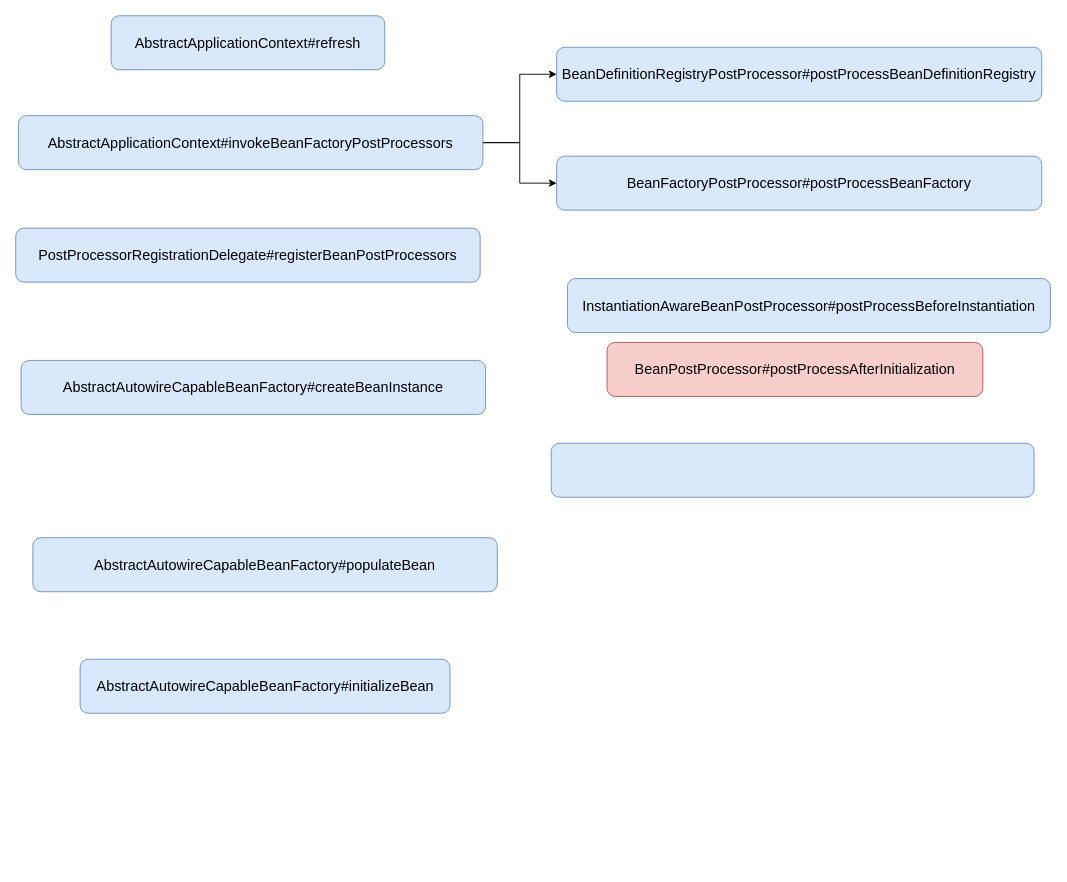
Before: Spring.drawio in xusheng08320/docs, a draw.io diagram. Source tidied: cells renumbered, new cells numbered last; positions are measured from the earlier drawing's top-left corner, leaving out a move shared by most shapes. Both pictures are drawn from the tidied source at 90%, with x=0, y=0 at pixel (15, 15).
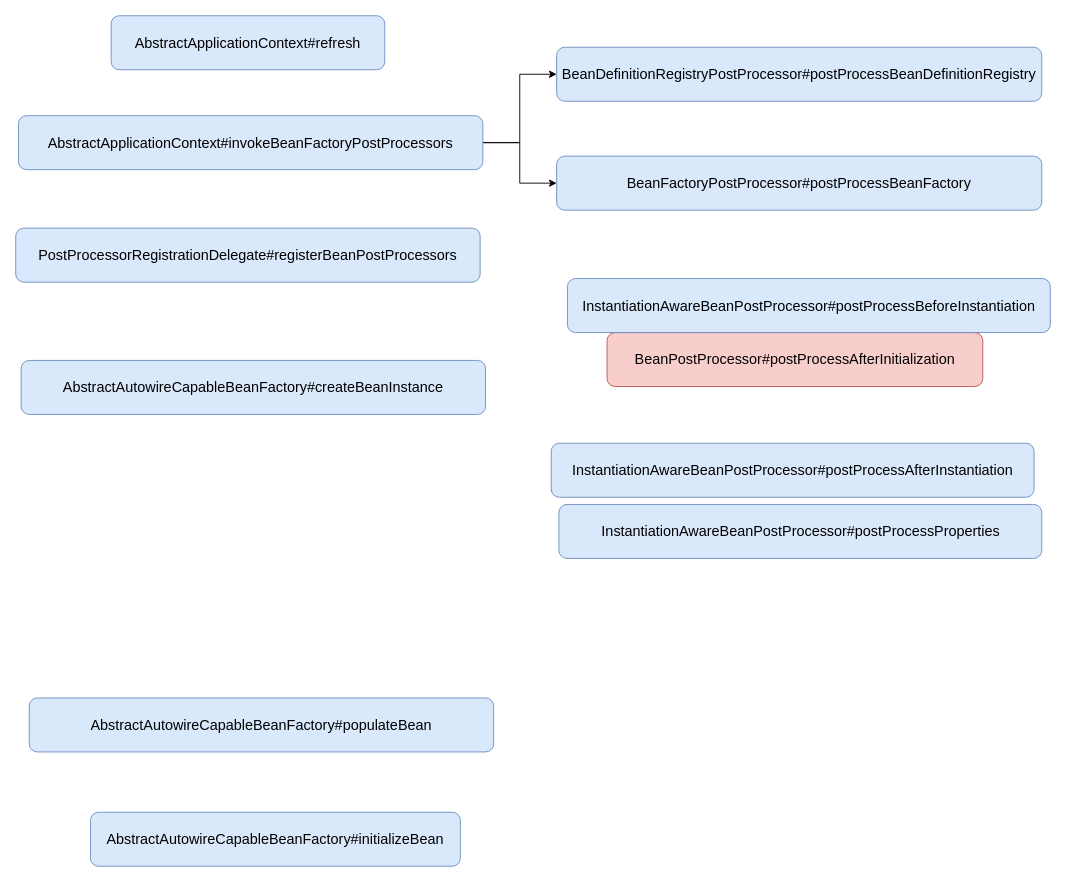
The same diagram, later.

Change to the diagram source:
```diff
@@
 <mxGraphModel>
   <root>
     <mxCell id="0" />
     <mxCell id="1" parent="0" />
     <mxCell id="2" value="AbstractApplicationContext#refresh" style="rounded=1;whiteSpace=wrap;html=1;fontFamily=Helvetica;fontSize=16;fontColor=default;strokeColor=#6c8ebf;fillColor=#dae8fc;" parent="1" vertex="1">
       <mxGeometry x="106" width="304" height="60" as="geometry" />
     </mxCell>
     <mxCell id="3" value="BeanDefinitionRegistryPostProcessor#postProcessBeanDefinitionRegistry" style="rounded=1;whiteSpace=wrap;html=1;fontFamily=Helvetica;fontSize=16;fontColor=default;strokeColor=#6c8ebf;fillColor=#dae8fc;" parent="1" vertex="1">
       <mxGeometry x="601" y="35" width="539" height="60" as="geometry" />
     </mxCell>
     <mxCell id="4" value="BeanFactoryPostProcessor#postProcessBeanFactory" style="rounded=1;whiteSpace=wrap;html=1;fontFamily=Helvetica;fontSize=16;fontColor=default;strokeColor=#6c8ebf;fillColor=#dae8fc;" parent="1" vertex="1">
       <mxGeometry x="601" y="156" width="539" height="60" as="geometry" />
     </mxCell>
     <mxCell id="5" style="edgeStyle=orthogonalEdgeStyle;rounded=0;jettySize=auto;html=1;entryX=0;entryY=0.5;entryDx=0;entryDy=0;fontFamily=Helvetica;fontSize=16;fontColor=default;" parent="1" edge="1" source="7" target="3">
       <mxGeometry relative="1" as="geometry" />
     </mxCell>
     <mxCell id="6" style="edgeStyle=orthogonalEdgeStyle;rounded=0;jettySize=auto;html=1;fontFamily=Helvetica;fontSize=16;fontColor=default;" parent="1" edge="1" source="7" target="4">
       <mxGeometry relative="1" as="geometry" />
     </mxCell>
     <mxCell id="7" value="AbstractApplicationContext#invokeBeanFactoryPostProcessors" style="rounded=1;whiteSpace=wrap;html=1;fontFamily=Helvetica;fontSize=16;fontColor=default;strokeColor=#6c8ebf;fillColor=#dae8fc;" parent="1" vertex="1">
       <mxGeometry x="3" y="111" width="516" height="60" as="geometry" />
     </mxCell>
     <mxCell id="8" value="PostProcessorRegistrationDelegate#registerBeanPostProcessors" style="rounded=1;whiteSpace=wrap;html=1;fontFamily=Helvetica;fontSize=16;fontColor=default;strokeColor=#6c8ebf;fillColor=#dae8fc;" parent="1" vertex="1">
       <mxGeometry y="236" width="516" height="60" as="geometry" />
     </mxCell>
     <mxCell id="9" value="AbstractAutowireCapableBeanFactory#createBeanInstance" style="rounded=1;whiteSpace=wrap;html=1;fontFamily=Helvetica;fontSize=16;fontColor=default;strokeColor=#6c8ebf;fillColor=#dae8fc;" parent="1" vertex="1">
       <mxGeometry x="6" y="383" width="516" height="60" as="geometry" />
     </mxCell>
-    <mxCell id="10" style="rounded=1;whiteSpace=wrap;html=1;fontFamily=Helvetica;fontSize=16;fontColor=default;strokeColor=#6c8ebf;fillColor=#dae8fc;" parent="1" vertex="1">
+    <mxCell id="10" value="InstantiationAwareBeanPostProcessor#postProcessAfterInstantiation" style="rounded=1;whiteSpace=wrap;html=1;fontFamily=Helvetica;fontSize=16;fontColor=default;strokeColor=#6c8ebf;fillColor=#dae8fc;" parent="1" vertex="1">
       <mxGeometry x="595" y="475" width="536.5" height="60" as="geometry" />
     </mxCell>
     <mxCell id="11" value="BeanPostProcessor#postProcessAfterInitialization" style="rounded=1;whiteSpace=wrap;html=1;fontFamily=Helvetica;fontSize=16;strokeColor=#b85450;fillColor=#f8cecc;" parent="1" vertex="1">
-      <mxGeometry x="657" y="363" width="417.5" height="60" as="geometry" />
+      <mxGeometry x="657" y="352" width="417.5" height="60" as="geometry" />
     </mxCell>
     <mxCell id="12" value="InstantiationAwareBeanPostProcessor#postProcessBeforeInstantiation" style="rounded=1;whiteSpace=wrap;html=1;fontFamily=Helvetica;fontSize=16;fontColor=default;strokeColor=#6c8ebf;fillColor=#dae8fc;" parent="1" vertex="1">
       <mxGeometry x="613" y="292" width="536.5" height="60" as="geometry" />
     </mxCell>
     <mxCell id="13" value="AbstractAutowireCapableBeanFactory#populateBean" style="rounded=1;whiteSpace=wrap;html=1;fontFamily=Helvetica;fontSize=16;fontColor=default;strokeColor=#6c8ebf;fillColor=#dae8fc;" parent="1" vertex="1">
-      <mxGeometry x="19" y="580" width="516" height="60" as="geometry" />
+      <mxGeometry x="15" y="758" width="516" height="60" as="geometry" />
     </mxCell>
     <mxCell id="14" value="AbstractAutowireCapableBeanFactory#initializeBean" style="rounded=1;whiteSpace=wrap;html=1;fontFamily=Helvetica;fontSize=16;fontColor=default;strokeColor=#6c8ebf;fillColor=#dae8fc;" parent="1" vertex="1">
-      <mxGeometry x="71.5" y="715" width="411" height="60" as="geometry" />
+      <mxGeometry x="83" y="885" width="411" height="60" as="geometry" />
     </mxCell>
+    <mxCell id="15" value="InstantiationAwareBeanPostProcessor#postProcessProperties" style="rounded=1;whiteSpace=wrap;html=1;fontFamily=Helvetica;fontSize=16;fontColor=default;strokeColor=#6c8ebf;fillColor=#dae8fc;" parent="1" vertex="1">
+      <mxGeometry x="603.5" y="543" width="536.5" height="60" as="geometry" />
+    </mxCell>
   </root>
 </mxGraphModel>
```
